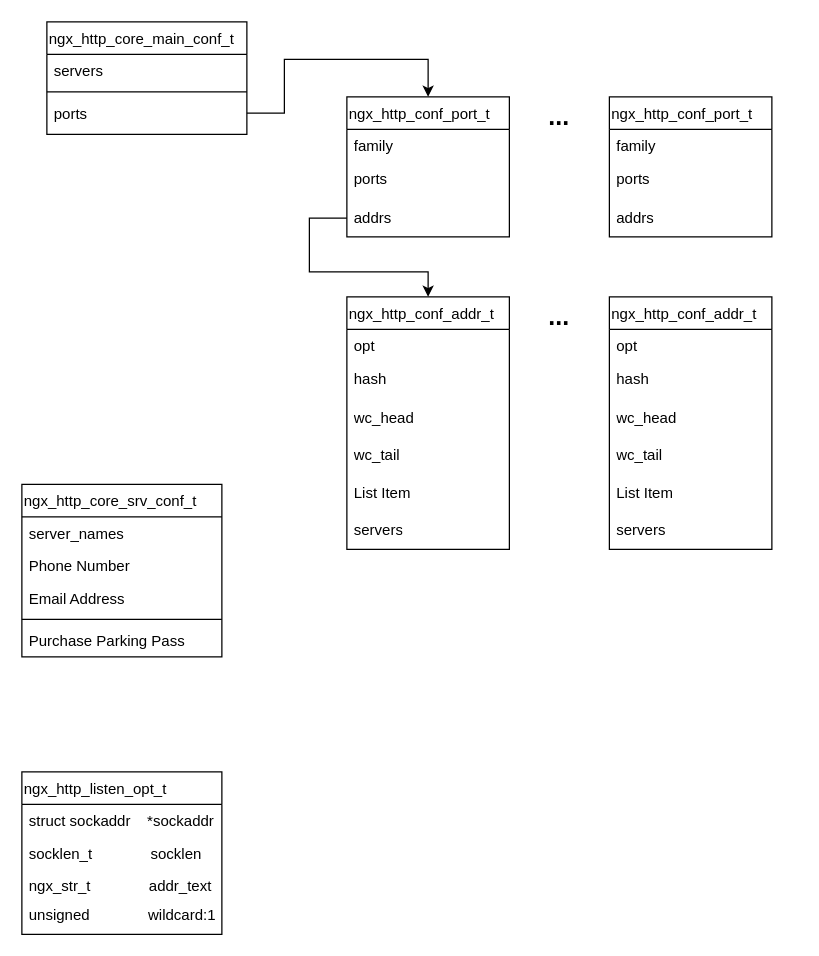
Above: page "Page-1" (1 of 2) of nginx/未命名绘图.drawio in silence2014/writting (draw.io), before the change. Source tidied: cells renumbered, new cells numbered last; positions are measured from the earlier drawing's top-left corner, leaving out a move shared by most shapes. Both pictures are drawn from the tidied source at 125%, with x=0, y=0 at pixel (21, 21).
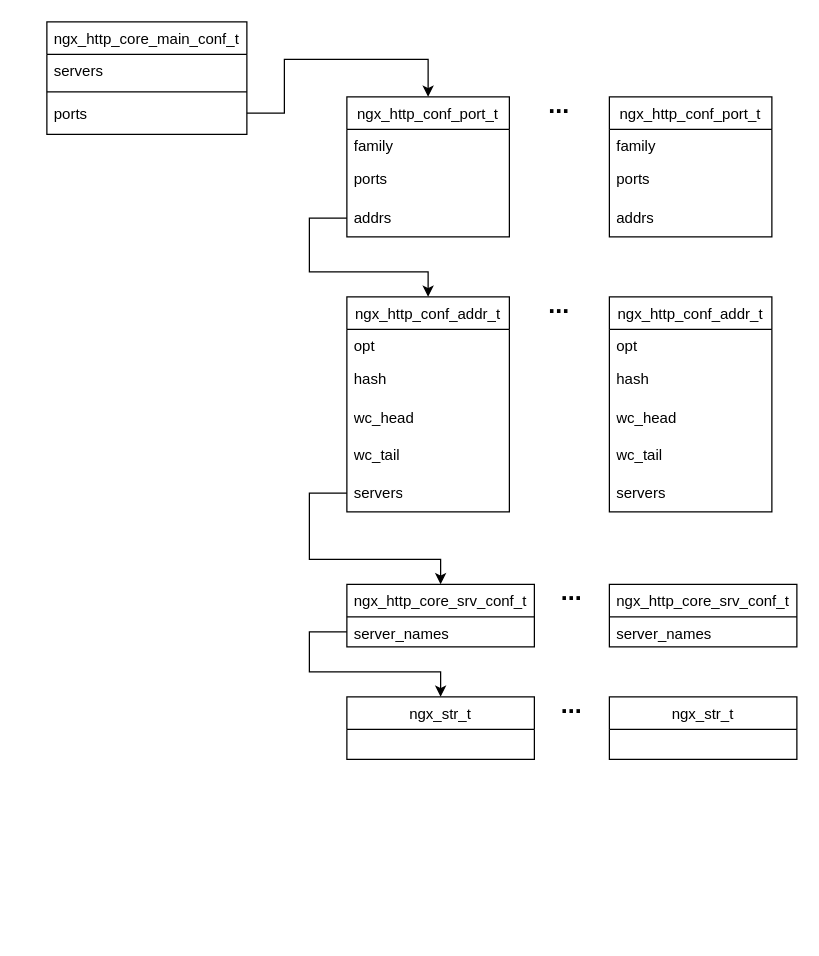
The same diagram, later.

The edit, as a diff of the source:
```diff
@@
-    <mxCell id="2" value="ngx_http_core_srv_conf_t" style="swimlane;fontStyle=0;align=left;verticalAlign=top;horizontal=1;startSize=26;rounded=0;shadow=0;strokeWidth=1;" parent="1" vertex="1">
-      <mxGeometry y="370" width="160" height="138" as="geometry" />
+    <mxCell id="2" value="ngx_http_core_srv_conf_t" style="swimlane;fontStyle=0;align=center;verticalAlign=top;horizontal=1;startSize=26;rounded=0;shadow=0;strokeWidth=1;" parent="1" vertex="1">
+      <mxGeometry x="260" y="450" width="150" height="50" as="geometry" />
     </mxCell>
     <mxCell id="3" value="server_names" style="text;align=left;verticalAlign=top;spacingLeft=4;spacingRight=4;overflow=hidden;points=[[0,0.5],[1,0.5]];portConstraint=eastwest;" parent="2" vertex="1">
-      <mxGeometry y="26" width="160" height="26" as="geometry" />
+      <mxGeometry y="26" width="150" height="24" as="geometry" />
     </mxCell>
-    <mxCell id="4" value="Phone Number" style="text;align=left;verticalAlign=top;spacingLeft=4;spacingRight=4;overflow=hidden;rounded=0;shadow=0;html=0;" parent="2" vertex="1">
-      <mxGeometry y="52" width="160" height="26" as="geometry" />
-    </mxCell>
-    <mxCell id="5" value="Email Address" style="text;align=left;verticalAlign=top;spacingLeft=4;spacingRight=4;overflow=hidden;rounded=0;shadow=0;html=0;" parent="2" vertex="1">
-      <mxGeometry y="78" width="160" height="26" as="geometry" />
-    </mxCell>
-    <mxCell id="6" style="line;html=1;strokeWidth=1;align=left;verticalAlign=middle;spacingTop=-1;spacingLeft=3;spacingRight=3;labelPosition=right;" parent="2" vertex="1">
-      <mxGeometry y="104" width="160" height="8" as="geometry" />
-    </mxCell>
-    <mxCell id="7" value="Purchase Parking Pass" style="text;align=left;verticalAlign=top;spacingLeft=4;spacingRight=4;overflow=hidden;" parent="2" vertex="1">
-      <mxGeometry y="112" width="160" height="26" as="geometry" />
-    </mxCell>
-    <mxCell id="8" value="ngx_http_core_main_conf_t" style="swimlane;fontStyle=0;align=left;verticalAlign=top;horizontal=1;startSize=26;rounded=0;shadow=0;strokeWidth=1;" parent="1" vertex="1">
+    <mxCell id="8" value="ngx_http_core_main_conf_t" style="swimlane;fontStyle=0;align=center;verticalAlign=top;horizontal=1;startSize=26;rounded=0;shadow=0;strokeWidth=1;" parent="1" vertex="1">
       <mxGeometry x="20" width="160" height="90" as="geometry" />
     </mxCell>
@@
-    <mxCell id="12" value="ngx_http_listen_opt_t" style="swimlane;fontStyle=0;align=left;verticalAlign=top;horizontal=1;startSize=26;rounded=0;shadow=0;strokeWidth=1;" parent="1" vertex="1">
-      <mxGeometry y="600" width="160" height="130" as="geometry" />
-    </mxCell>
-    <mxCell id="13" value="struct sockaddr    *sockaddr" style="text;align=left;verticalAlign=top;spacingLeft=4;spacingRight=4;overflow=hidden;" parent="12" vertex="1">
-      <mxGeometry y="26" width="160" height="26" as="geometry" />
-    </mxCell>
-    <mxCell id="14" value="socklen_t              socklen" style="text;align=left;verticalAlign=top;spacingLeft=4;spacingRight=4;overflow=hidden;rounded=0;shadow=0;html=0;" parent="12" vertex="1">
-      <mxGeometry y="52" width="160" height="26" as="geometry" />
-    </mxCell>
-    <mxCell id="15" value="ngx_str_t              addr_text" style="text;align=left;verticalAlign=top;spacingLeft=4;spacingRight=4;overflow=hidden;rounded=0;shadow=0;html=0;" parent="12" vertex="1">
-      <mxGeometry y="78" width="160" height="22" as="geometry" />
-    </mxCell>
-    <mxCell id="16" value="unsigned&amp;nbsp; &amp;nbsp; &amp;nbsp; &amp;nbsp; &amp;nbsp; &amp;nbsp; &amp;nbsp; wildcard:1" style="text;strokeColor=none;fillColor=none;align=left;verticalAlign=middle;spacingLeft=4;spacingRight=4;overflow=hidden;whiteSpace=wrap;html=1;" parent="12" vertex="1">
-      <mxGeometry y="100" width="160" height="30" as="geometry" />
-    </mxCell>
-    <mxCell id="17" value="ngx_http_conf_port_t" style="swimlane;fontStyle=0;align=left;verticalAlign=top;horizontal=1;startSize=26;rounded=0;shadow=0;strokeWidth=1;" parent="1" vertex="1">
+    <mxCell id="17" value="ngx_http_conf_port_t" style="swimlane;fontStyle=0;align=center;verticalAlign=top;horizontal=1;startSize=26;rounded=0;shadow=0;strokeWidth=1;" parent="1" vertex="1">
       <mxGeometry x="260" y="60" width="130" height="112" as="geometry" />
     </mxCell>
@@
-    <mxCell id="21" value="ngx_http_conf_addr_t" style="swimlane;fontStyle=0;align=left;verticalAlign=top;horizontal=1;startSize=26;rounded=0;shadow=0;strokeWidth=1;" parent="1" vertex="1">
-      <mxGeometry x="260" y="220" width="130" height="202" as="geometry" />
+    <mxCell id="21" value="ngx_http_conf_addr_t" style="swimlane;fontStyle=0;align=center;verticalAlign=top;horizontal=1;startSize=26;rounded=0;shadow=0;strokeWidth=1;" parent="1" vertex="1">
+      <mxGeometry x="260" y="220" width="130" height="172" as="geometry" />
     </mxCell>
@@
-    <mxCell id="26" value="List Item" style="text;strokeColor=none;fillColor=none;align=left;verticalAlign=middle;spacingLeft=4;spacingRight=4;overflow=hidden;whiteSpace=wrap;html=1;" parent="21" vertex="1">
-      <mxGeometry y="142" width="130" height="30" as="geometry" />
-    </mxCell>
     <mxCell id="27" value="servers" style="text;strokeColor=none;fillColor=none;align=left;verticalAlign=middle;spacingLeft=4;spacingRight=4;overflow=hidden;points=[[0,0.5],[1,0.5]];portConstraint=eastwest;whiteSpace=wrap;html=1;" parent="21" vertex="1">
-      <mxGeometry y="172" width="130" height="30" as="geometry" />
+      <mxGeometry y="142" width="130" height="30" as="geometry" />
     </mxCell>
-    <mxCell id="28" value="ngx_http_conf_port_t" style="swimlane;fontStyle=0;align=left;verticalAlign=top;horizontal=1;startSize=26;rounded=0;shadow=0;strokeWidth=1;" parent="1" vertex="1">
+    <mxCell id="28" value="ngx_http_conf_port_t" style="swimlane;fontStyle=0;align=center;verticalAlign=top;horizontal=1;startSize=26;rounded=0;shadow=0;strokeWidth=1;" parent="1" vertex="1">
       <mxGeometry x="470" y="60" width="130" height="112" as="geometry" />
     </mxCell>
@@
     <mxCell id="32" value="&lt;font style=&quot;font-size: 20px;&quot;&gt;&lt;b&gt;...&lt;/b&gt;&lt;/font&gt;" style="text;html=1;strokeColor=none;fillColor=none;align=center;verticalAlign=middle;whiteSpace=wrap;rounded=0;" parent="1" vertex="1">
-      <mxGeometry x="400" y="60" width="60" height="30" as="geometry" />
+      <mxGeometry x="400" y="50" width="60" height="30" as="geometry" />
     </mxCell>
@@
-    <mxCell id="35" value="ngx_http_conf_addr_t" style="swimlane;fontStyle=0;align=left;verticalAlign=top;horizontal=1;startSize=26;rounded=0;shadow=0;strokeWidth=1;" parent="1" vertex="1">
-      <mxGeometry x="470" y="220" width="130" height="202" as="geometry" />
+    <mxCell id="35" value="ngx_http_conf_addr_t" style="swimlane;fontStyle=0;align=center;verticalAlign=top;horizontal=1;startSize=26;rounded=0;shadow=0;strokeWidth=1;" parent="1" vertex="1">
+      <mxGeometry x="470" y="220" width="130" height="172" as="geometry" />
     </mxCell>
@@
-    <mxCell id="40" value="List Item" style="text;strokeColor=none;fillColor=none;align=left;verticalAlign=middle;spacingLeft=4;spacingRight=4;overflow=hidden;whiteSpace=wrap;html=1;" parent="35" vertex="1">
-      <mxGeometry y="142" width="130" height="30" as="geometry" />
-    </mxCell>
     <mxCell id="41" value="servers" style="text;strokeColor=none;fillColor=none;align=left;verticalAlign=middle;spacingLeft=4;spacingRight=4;overflow=hidden;whiteSpace=wrap;html=1;" parent="35" vertex="1">
-      <mxGeometry y="172" width="130" height="30" as="geometry" />
+      <mxGeometry y="142" width="130" height="30" as="geometry" />
     </mxCell>
     <mxCell id="42" value="&lt;font style=&quot;font-size: 20px;&quot;&gt;&lt;b&gt;...&lt;/b&gt;&lt;/font&gt;" style="text;html=1;strokeColor=none;fillColor=none;align=center;verticalAlign=middle;whiteSpace=wrap;rounded=0;" parent="1" vertex="1">
-      <mxGeometry x="400" y="220" width="60" height="30" as="geometry" />
+      <mxGeometry x="400" y="210" width="60" height="30" as="geometry" />
     </mxCell>
+    <mxCell id="43" value="ngx_http_core_srv_conf_t" style="swimlane;fontStyle=0;align=center;verticalAlign=top;horizontal=1;startSize=26;rounded=0;shadow=0;strokeWidth=1;" parent="1" vertex="1">
+      <mxGeometry x="470" y="450" width="150" height="50" as="geometry" />
+    </mxCell>
+    <mxCell id="44" value="server_names" style="text;align=left;verticalAlign=top;spacingLeft=4;spacingRight=4;overflow=hidden;" parent="43" vertex="1">
+      <mxGeometry y="26" width="150" height="24" as="geometry" />
+    </mxCell>
+    <mxCell id="45" style="endArrow=classic;html=1;rounded=0;exitX=0;exitY=0.5;exitDx=0;exitDy=0;entryX=0.5;entryY=0;entryDx=0;entryDy=0;" parent="1" edge="1" source="27" target="2">
+      <mxGeometry relative="1" as="geometry">
+        <Array as="points">
+          <mxPoint x="230" y="377" />
+          <mxPoint x="230" y="430" />
+          <mxPoint x="335" y="430" />
+        </Array>
+      </mxGeometry>
+    </mxCell>
+    <mxCell id="46" value="&lt;font style=&quot;font-size: 20px;&quot;&gt;&lt;b&gt;...&lt;/b&gt;&lt;/font&gt;" style="text;html=1;strokeColor=none;fillColor=none;align=center;verticalAlign=middle;whiteSpace=wrap;rounded=0;" parent="1" vertex="1">
+      <mxGeometry x="410" y="440" width="60" height="30" as="geometry" />
+    </mxCell>
+    <mxCell id="47" value="ngx_str_t" style="swimlane;fontStyle=0;align=center;verticalAlign=top;horizontal=1;startSize=26;rounded=0;shadow=0;strokeWidth=1;" parent="1" vertex="1">
+      <mxGeometry x="260" y="540" width="150" height="50" as="geometry" />
+    </mxCell>
+    <mxCell id="48" value="ngx_str_t" style="swimlane;fontStyle=0;align=center;verticalAlign=top;horizontal=1;startSize=26;rounded=0;shadow=0;strokeWidth=1;" parent="1" vertex="1">
+      <mxGeometry x="470" y="540" width="150" height="50" as="geometry" />
+    </mxCell>
+    <mxCell id="49" value="&lt;font style=&quot;font-size: 20px;&quot;&gt;&lt;b&gt;...&lt;/b&gt;&lt;/font&gt;" style="text;html=1;strokeColor=none;fillColor=none;align=center;verticalAlign=middle;whiteSpace=wrap;rounded=0;" parent="1" vertex="1">
+      <mxGeometry x="410" y="530" width="60" height="30" as="geometry" />
+    </mxCell>
+    <mxCell id="50" style="endArrow=classic;html=1;rounded=0;exitX=0;exitY=0.5;exitDx=0;exitDy=0;entryX=0.5;entryY=0;entryDx=0;entryDy=0;" parent="1" edge="1" source="3" target="47">
+      <mxGeometry relative="1" as="geometry">
+        <Array as="points">
+          <mxPoint x="230" y="488" />
+          <mxPoint x="230" y="520" />
+          <mxPoint x="335" y="520" />
+        </Array>
+      </mxGeometry>
+    </mxCell>
```
